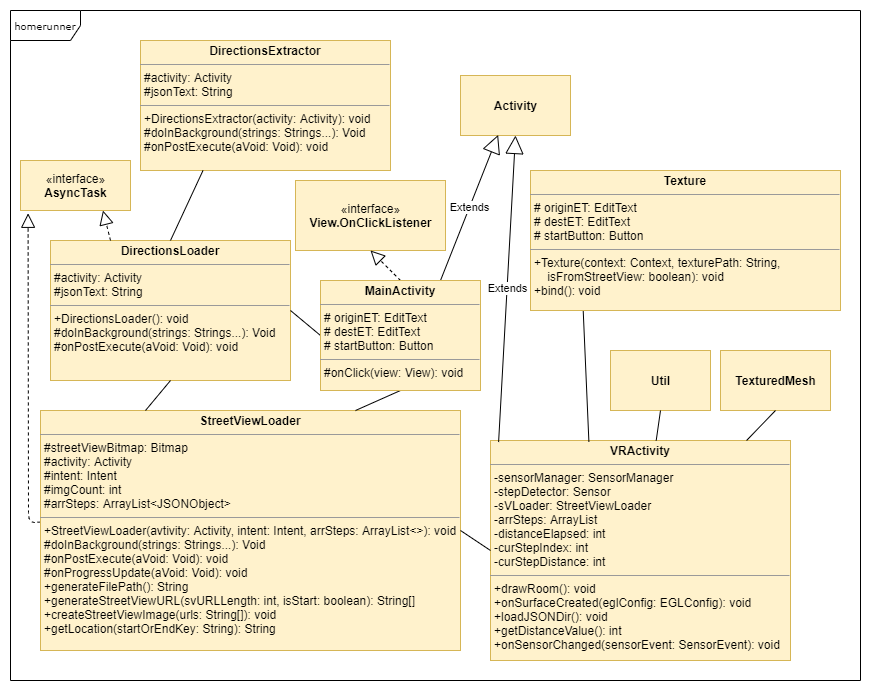
The draw.io diagram doc/DokumenSkripsi/Gambar/class-diagram.png in richardwijaya/Skripsi, before a commit. Source tidied: cells renumbered, new cells last; positions are measured from the earlier drawing's top-left corner, leaving out a move shared by most shapes.
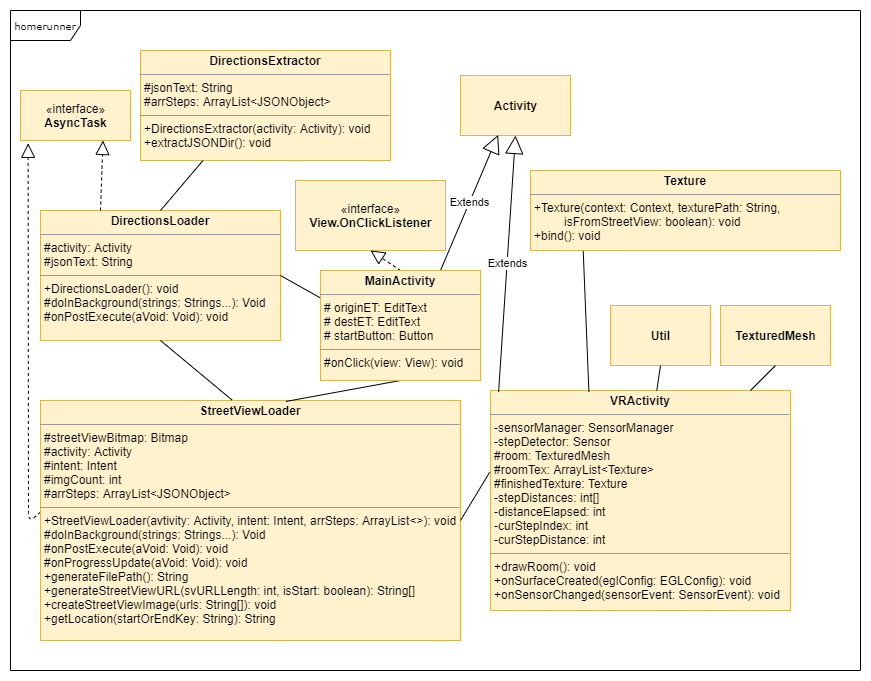
After the commit.

Diff of the diagram source:
```diff
@@ -3,16 +3,16 @@
     <mxCell id="0" />
     <mxCell id="1" parent="0" />
     <mxCell id="2" value="homerunner" style="shape=umlFrame;whiteSpace=wrap;html=1;rounded=0;shadow=0;comic=0;labelBackgroundColor=none;strokeWidth=1;fontFamily=Verdana;fontSize=10;align=center;width=70;height=30;" parent="1" vertex="1">
-      <mxGeometry width="850" height="670" as="geometry" />
+      <mxGeometry width="850" height="660" as="geometry" />
     </mxCell>
-    <mxCell id="3" value="&lt;p style=&quot;margin: 0px ; margin-top: 4px ; text-align: center&quot;&gt;&lt;b&gt;VRActivity&lt;/b&gt;&lt;/p&gt;&lt;hr size=&quot;1&quot;&gt;&lt;p style=&quot;margin: 0px ; margin-left: 4px&quot;&gt;-sensorManager: SensorManager&lt;/p&gt;&lt;p style=&quot;margin: 0px ; margin-left: 4px&quot;&gt;-stepDetector: Sensor&lt;/p&gt;&lt;p style=&quot;margin: 0px ; margin-left: 4px&quot;&gt;-sVLoader: StreetViewLoader&lt;/p&gt;&lt;p style=&quot;margin: 0px ; margin-left: 4px&quot;&gt;-arrSteps: ArrayList&lt;/p&gt;&lt;p style=&quot;margin: 0px ; margin-left: 4px&quot;&gt;-distanceElapsed: int&lt;/p&gt;&lt;p style=&quot;margin: 0px ; margin-left: 4px&quot;&gt;-curStepIndex: int&lt;/p&gt;&lt;p style=&quot;margin: 0px ; margin-left: 4px&quot;&gt;-curStepDistance: int&lt;/p&gt;&lt;hr size=&quot;1&quot;&gt;&lt;p style=&quot;margin: 0px ; margin-left: 4px&quot;&gt;+drawRoom(): void&lt;br&gt;+onSurfaceCreated(eglConfig: EGLConfig): void&lt;/p&gt;&lt;p style=&quot;margin: 0px ; margin-left: 4px&quot;&gt;+loadJSONDir(): void&lt;/p&gt;&lt;p style=&quot;margin: 0px ; margin-left: 4px&quot;&gt;+getDistanceValue(): int&lt;/p&gt;&lt;p style=&quot;margin: 0px ; margin-left: 4px&quot;&gt;+onSensorChanged(sensorEvent: SensorEvent): void&lt;/p&gt;" style="verticalAlign=top;align=left;overflow=fill;fontSize=12;fontFamily=Helvetica;html=1;rounded=0;shadow=0;comic=0;labelBackgroundColor=none;strokeWidth=1;fillColor=#fff2cc;strokeColor=#d6b656;" parent="1" vertex="1">
-      <mxGeometry x="480" y="430" width="300" height="220" as="geometry" />
+    <mxCell id="3" value="&lt;p style=&quot;margin: 0px ; margin-top: 4px ; text-align: center&quot;&gt;&lt;b&gt;VRActivity&lt;/b&gt;&lt;/p&gt;&lt;hr size=&quot;1&quot;&gt;&lt;p style=&quot;margin: 0px ; margin-left: 4px&quot;&gt;-sensorManager: SensorManager&lt;/p&gt;&lt;p style=&quot;margin: 0px ; margin-left: 4px&quot;&gt;-stepDetector: Sensor&lt;/p&gt;&lt;p style=&quot;margin: 0px ; margin-left: 4px&quot;&gt;#room: TexturedMesh&lt;/p&gt;&lt;p style=&quot;margin: 0px ; margin-left: 4px&quot;&gt;#roomTex: ArrayList&amp;lt;Texture&amp;gt;&lt;/p&gt;&lt;p style=&quot;margin: 0px ; margin-left: 4px&quot;&gt;#finishedTexture: Texture&lt;/p&gt;&lt;p style=&quot;margin: 0px ; margin-left: 4px&quot;&gt;-stepDistances: int[]&lt;/p&gt;&lt;p style=&quot;margin: 0px ; margin-left: 4px&quot;&gt;-distanceElapsed: int&lt;/p&gt;&lt;p style=&quot;margin: 0px ; margin-left: 4px&quot;&gt;-curStepIndex: int&lt;/p&gt;&lt;p style=&quot;margin: 0px ; margin-left: 4px&quot;&gt;-curStepDistance: int&lt;/p&gt;&lt;hr size=&quot;1&quot;&gt;&lt;p style=&quot;margin: 0px ; margin-left: 4px&quot;&gt;+drawRoom(): void&lt;br&gt;+onSurfaceCreated(eglConfig: EGLConfig): void&lt;/p&gt;&lt;p style=&quot;margin: 0px ; margin-left: 4px&quot;&gt;+onSensorChanged(sensorEvent: SensorEvent): void&lt;/p&gt;&lt;p style=&quot;margin: 0px ; margin-left: 4px&quot;&gt;&lt;br&gt;&lt;/p&gt;" style="verticalAlign=top;align=left;overflow=fill;fontSize=12;fontFamily=Helvetica;html=1;rounded=0;shadow=0;comic=0;labelBackgroundColor=none;strokeWidth=1;fillColor=#fff2cc;strokeColor=#d6b656;" parent="1" vertex="1">
+      <mxGeometry x="480" y="380" width="300" height="220" as="geometry" />
     </mxCell>
     <mxCell id="4" value="&lt;p style=&quot;margin: 0px ; margin-top: 4px ; text-align: center&quot;&gt;&lt;b&gt;DirectionsLoader&lt;/b&gt;&lt;/p&gt;&lt;hr size=&quot;1&quot;&gt;&lt;p style=&quot;margin: 0px ; margin-left: 4px&quot;&gt;#activity: Activity&lt;br&gt;&lt;/p&gt;&lt;p style=&quot;margin: 0px ; margin-left: 4px&quot;&gt;#jsonText: String&lt;/p&gt;&lt;hr size=&quot;1&quot;&gt;&lt;p style=&quot;margin: 0px ; margin-left: 4px&quot;&gt;+DirectionsLoader(): void&lt;br&gt;#doInBackground(strings: Strings...): Void&lt;/p&gt;&lt;p style=&quot;margin: 0px ; margin-left: 4px&quot;&gt;#onPostExecute(aVoid: Void): void&lt;/p&gt;&lt;p style=&quot;margin: 0px ; margin-left: 4px&quot;&gt;&lt;br&gt;&lt;/p&gt;" style="verticalAlign=top;align=left;overflow=fill;fontSize=12;fontFamily=Helvetica;html=1;rounded=0;shadow=0;comic=0;labelBackgroundColor=none;strokeWidth=1;fillColor=#fff2cc;strokeColor=#d6b656;" parent="1" vertex="1">
-      <mxGeometry x="40" y="230" width="240" height="140" as="geometry" />
+      <mxGeometry x="30" y="200" width="240" height="130" as="geometry" />
     </mxCell>
     <mxCell id="5" value="«interface»&lt;br&gt;&lt;b&gt;AsyncTask&lt;/b&gt;" style="html=1;fillColor=#fff2cc;strokeColor=#d6b656;" parent="1" vertex="1">
-      <mxGeometry x="10" y="150" width="110" height="50" as="geometry" />
+      <mxGeometry x="10" y="80" width="110" height="50" as="geometry" />
     </mxCell>
     <mxCell id="6" style="endArrow=block;dashed=1;endFill=0;endSize=12;html=1;exitX=0;exitY=0.465;exitDx=0;exitDy=0;exitPerimeter=0;entryX=0.069;entryY=1.056;entryDx=0;entryDy=0;entryPerimeter=0;" parent="1" edge="1" source="9" target="5">
       <mxGeometry relative="1" as="geometry">
@@ -22,13 +22,13 @@
       </mxGeometry>
     </mxCell>
     <mxCell id="7" value="&lt;b&gt;Util&lt;/b&gt;" style="html=1;fillColor=#fff2cc;strokeColor=#d6b656;" parent="1" vertex="1">
-      <mxGeometry x="600" y="340" width="100" height="60" as="geometry" />
+      <mxGeometry x="600" y="295" width="100" height="60" as="geometry" />
     </mxCell>
     <mxCell id="8" value="&lt;b&gt;TexturedMesh&lt;/b&gt;" style="html=1;fillColor=#fff2cc;strokeColor=#d6b656;" parent="1" vertex="1">
-      <mxGeometry x="710" y="340" width="110" height="60" as="geometry" />
+      <mxGeometry x="710" y="295" width="110" height="60" as="geometry" />
     </mxCell>
     <mxCell id="9" value="&lt;p style=&quot;margin: 0px ; margin-top: 4px ; text-align: center&quot;&gt;&lt;b&gt;StreetViewLoader&lt;/b&gt;&lt;/p&gt;&lt;hr size=&quot;1&quot;&gt;&lt;p style=&quot;margin: 0px ; margin-left: 4px&quot;&gt;#streetViewBitmap: Bitmap&lt;/p&gt;&lt;p style=&quot;margin: 0px ; margin-left: 4px&quot;&gt;#activity: Activity&lt;/p&gt;&lt;p style=&quot;margin: 0px ; margin-left: 4px&quot;&gt;#intent: Intent&lt;/p&gt;&lt;p style=&quot;margin: 0px ; margin-left: 4px&quot;&gt;#imgCount: int&lt;/p&gt;&lt;p style=&quot;margin: 0px ; margin-left: 4px&quot;&gt;#arrSteps: ArrayList&amp;lt;JSONObject&amp;gt;&lt;/p&gt;&lt;hr size=&quot;1&quot;&gt;&lt;p style=&quot;margin: 0px ; margin-left: 4px&quot;&gt;&lt;span&gt;+StreetViewLoader(avtivity: Activity, intent: Intent, arrSteps: ArrayList&amp;lt;&amp;gt;): void&amp;nbsp;&lt;/span&gt;&lt;/p&gt;&lt;p style=&quot;margin: 0px ; margin-left: 4px&quot;&gt;&lt;span&gt;#doInBackground(strings: Strings...): Void&lt;/span&gt;&lt;br&gt;&lt;/p&gt;&lt;p style=&quot;margin: 0px 0px 0px 4px&quot;&gt;#onPostExecute(aVoid: Void): void&lt;/p&gt;&lt;p style=&quot;margin: 0px 0px 0px 4px&quot;&gt;#onProgressUpdate(aVoid: Void): void&lt;/p&gt;&lt;p style=&quot;margin: 0px 0px 0px 4px&quot;&gt;+generateFilePath(): String&lt;/p&gt;&lt;p style=&quot;margin: 0px 0px 0px 4px&quot;&gt;&lt;span&gt;+generateStreetViewURL(svURLLength: int, isStart: boolean): String[]&lt;/span&gt;&lt;/p&gt;&lt;p style=&quot;margin: 0px 0px 0px 4px&quot;&gt;&lt;span&gt;+createStreetViewImage(urls: String[]): void&lt;/span&gt;&lt;/p&gt;&lt;p style=&quot;margin: 0px 0px 0px 4px&quot;&gt;&lt;span&gt;+getLocation(startOrEndKey: String): String&lt;/span&gt;&lt;/p&gt;" style="verticalAlign=top;align=left;overflow=fill;fontSize=12;fontFamily=Helvetica;html=1;rounded=0;shadow=0;comic=0;labelBackgroundColor=none;strokeWidth=1;fillColor=#fff2cc;strokeColor=#d6b656;" parent="1" vertex="1">
-      <mxGeometry x="30" y="400" width="420" height="240" as="geometry" />
+      <mxGeometry x="30" y="390" width="420" height="240" as="geometry" />
     </mxCell>
     <mxCell id="10" style="endArrow=none;html=1;entryX=0.17;entryY=1;entryDx=0;entryDy=0;exitX=0.328;exitY=0.006;exitDx=0;exitDy=0;exitPerimeter=0;entryPerimeter=0;" parent="1" edge="1" source="3" target="25">
       <mxGeometry relative="1" as="geometry" />
@@ -42,29 +42,29 @@
     <mxCell id="13" style="endArrow=block;dashed=1;endFill=0;endSize=12;html=1;exitX=0.5;exitY=0;exitDx=0;exitDy=0;entryX=0.5;entryY=1;entryDx=0;entryDy=0;" parent="1" edge="1" source="21" target="12">
       <mxGeometry relative="1" as="geometry" />
     </mxCell>
-    <mxCell id="14" value="&lt;p style=&quot;margin: 0px ; margin-top: 4px ; text-align: center&quot;&gt;&lt;b&gt;DirectionsExtractor&lt;/b&gt;&lt;/p&gt;&lt;hr size=&quot;1&quot;&gt;&lt;p style=&quot;margin: 0px ; margin-left: 4px&quot;&gt;#activity: Activity&lt;br&gt;&lt;/p&gt;&lt;p style=&quot;margin: 0px ; margin-left: 4px&quot;&gt;#jsonText: String&lt;/p&gt;&lt;hr size=&quot;1&quot;&gt;&lt;p style=&quot;margin: 0px ; margin-left: 4px&quot;&gt;+DirectionsExtractor(activity: Activity): void&lt;br&gt;#doInBackground(strings: Strings...): Void&lt;/p&gt;&lt;p style=&quot;margin: 0px ; margin-left: 4px&quot;&gt;#onPostExecute(aVoid: Void): void&lt;/p&gt;&lt;p style=&quot;margin: 0px ; margin-left: 4px&quot;&gt;&lt;br&gt;&lt;/p&gt;" style="verticalAlign=top;align=left;overflow=fill;fontSize=12;fontFamily=Helvetica;html=1;rounded=0;shadow=0;comic=0;labelBackgroundColor=none;strokeWidth=1;fillColor=#fff2cc;strokeColor=#d6b656;" parent="1" vertex="1">
-      <mxGeometry x="130" y="30" width="250" height="130" as="geometry" />
+    <mxCell id="14" value="&lt;p style=&quot;margin: 0px ; margin-top: 4px ; text-align: center&quot;&gt;&lt;b&gt;DirectionsExtractor&lt;/b&gt;&lt;/p&gt;&lt;hr size=&quot;1&quot;&gt;&lt;p style=&quot;margin: 0px ; margin-left: 4px&quot;&gt;&lt;span&gt;#jsonText: String&lt;/span&gt;&lt;br&gt;&lt;/p&gt;&lt;p style=&quot;margin: 0px ; margin-left: 4px&quot;&gt;&lt;span&gt;#arrSteps: ArrayList&amp;lt;JSONObject&amp;gt;&lt;/span&gt;&lt;/p&gt;&lt;hr size=&quot;1&quot;&gt;&lt;p style=&quot;margin: 0px ; margin-left: 4px&quot;&gt;+DirectionsExtractor(activity: Activity): void&lt;br&gt;+extractJSONDir(): void&lt;/p&gt;&lt;p style=&quot;margin: 0px ; margin-left: 4px&quot;&gt;&lt;br&gt;&lt;/p&gt;" style="verticalAlign=top;align=left;overflow=fill;fontSize=12;fontFamily=Helvetica;html=1;rounded=0;shadow=0;comic=0;labelBackgroundColor=none;strokeWidth=1;fillColor=#fff2cc;strokeColor=#d6b656;" parent="1" vertex="1">
+      <mxGeometry x="130" y="40" width="250" height="110" as="geometry" />
     </mxCell>
-    <mxCell id="15" style="endArrow=none;html=1;exitX=1;exitY=0.5;exitDx=0;exitDy=0;entryX=0;entryY=0.5;entryDx=0;entryDy=0;" parent="1" edge="1" source="4" target="21">
+    <mxCell id="15" style="endArrow=none;html=1;exitX=1;exitY=0.5;exitDx=0;exitDy=0;entryX=0;entryY=0.25;entryDx=0;entryDy=0;" parent="1" edge="1" source="4" target="21">
       <mxGeometry relative="1" as="geometry" />
     </mxCell>
     <mxCell id="16" style="endArrow=none;html=1;exitX=0.5;exitY=0;exitDx=0;exitDy=0;entryX=0.25;entryY=1;entryDx=0;entryDy=0;" parent="1" edge="1" source="4" target="14">
       <mxGeometry relative="1" as="geometry" />
     </mxCell>
-    <mxCell id="17" style="endArrow=none;html=1;entryX=0.25;entryY=0;entryDx=0;entryDy=0;exitX=0.5;exitY=1;exitDx=0;exitDy=0;" parent="1" edge="1" source="4" target="9">
+    <mxCell id="17" style="endArrow=none;html=1;entryX=0.456;entryY=-0.002;entryDx=0;entryDy=0;exitX=0.5;exitY=1;exitDx=0;exitDy=0;entryPerimeter=0;" parent="1" edge="1" source="4" target="9">
       <mxGeometry relative="1" as="geometry" />
     </mxCell>
     <mxCell id="18" value="&lt;b&gt;Activity&lt;/b&gt;" style="html=1;fillColor=#fff2cc;strokeColor=#d6b656;" parent="1" vertex="1">
       <mxGeometry x="450" y="65" width="110" height="60" as="geometry" />
     </mxCell>
-    <mxCell id="19" style="endArrow=none;html=1;entryX=0.75;entryY=0;entryDx=0;entryDy=0;exitX=0.5;exitY=1;exitDx=0;exitDy=0;" parent="1" edge="1" source="21" target="9">
+    <mxCell id="19" style="endArrow=none;html=1;entryX=0.584;entryY=0.004;entryDx=0;entryDy=0;exitX=0.5;exitY=1;exitDx=0;exitDy=0;entryPerimeter=0;" parent="1" edge="1" source="21" target="9">
       <mxGeometry relative="1" as="geometry" />
     </mxCell>
     <mxCell id="20" value="Extends" style="endArrow=block;endSize=16;endFill=0;html=1;entryX=0.342;entryY=0.99;entryDx=0;entryDy=0;exitX=0.75;exitY=0;exitDx=0;exitDy=0;entryPerimeter=0;" parent="1" edge="1" source="21" target="18">
       <mxGeometry relative="1" as="geometry" />
     </mxCell>
     <mxCell id="21" value="&lt;p style=&quot;margin: 0px ; margin-top: 4px ; text-align: center&quot;&gt;&lt;b&gt;MainActivity&lt;/b&gt;&lt;/p&gt;&lt;hr size=&quot;1&quot;&gt;&lt;p style=&quot;margin: 0px ; margin-left: 4px&quot;&gt;# originET: EditText&lt;br&gt;# destET: EditText&lt;/p&gt;&lt;p style=&quot;margin: 0px ; margin-left: 4px&quot;&gt;# startButton: Button&lt;span&gt;&amp;nbsp;&lt;/span&gt;&lt;/p&gt;&lt;hr size=&quot;1&quot;&gt;&lt;p style=&quot;margin: 0px ; margin-left: 4px&quot;&gt;#onClick(view: View): void&lt;/p&gt;" style="verticalAlign=top;align=left;overflow=fill;fontSize=12;fontFamily=Helvetica;html=1;rounded=0;shadow=0;comic=0;labelBackgroundColor=none;strokeWidth=1;fillColor=#fff2cc;strokeColor=#d6b656;" parent="1" vertex="1">
-      <mxGeometry x="310" y="270" width="160" height="110" as="geometry" />
+      <mxGeometry x="310" y="260" width="160" height="110" as="geometry" />
     </mxCell>
     <mxCell id="22" value="Extends" style="endArrow=block;endSize=16;endFill=0;html=1;entryX=0.5;entryY=1;entryDx=0;entryDy=0;exitX=0.027;exitY=0.007;exitDx=0;exitDy=0;exitPerimeter=0;" parent="1" edge="1" source="3" target="18">
       <mxGeometry relative="1" as="geometry" />
@@ -72,11 +72,11 @@
     <mxCell id="23" style="endArrow=block;dashed=1;endFill=0;endSize=12;html=1;exitX=0.25;exitY=0;exitDx=0;exitDy=0;entryX=0.75;entryY=1;entryDx=0;entryDy=0;" parent="1" edge="1" source="4" target="5">
       <mxGeometry relative="1" as="geometry" />
     </mxCell>
-    <mxCell id="24" style="endArrow=none;html=1;entryX=0;entryY=0.5;entryDx=0;entryDy=0;exitX=1;exitY=0.5;exitDx=0;exitDy=0;" parent="1" edge="1" source="9" target="3">
+    <mxCell id="24" style="endArrow=none;html=1;entryX=-0.003;entryY=0.372;entryDx=0;entryDy=0;exitX=1;exitY=0.5;exitDx=0;exitDy=0;entryPerimeter=0;" parent="1" edge="1" source="9" target="3">
       <mxGeometry relative="1" as="geometry" />
     </mxCell>
-    <mxCell id="25" value="&lt;p style=&quot;margin: 0px ; margin-top: 4px ; text-align: center&quot;&gt;&lt;b&gt;Texture&lt;/b&gt;&lt;/p&gt;&lt;hr size=&quot;1&quot;&gt;&lt;p style=&quot;margin: 0px ; margin-left: 4px&quot;&gt;# originET: EditText&lt;br&gt;# destET: EditText&lt;/p&gt;&lt;p style=&quot;margin: 0px ; margin-left: 4px&quot;&gt;# startButton: Button&lt;span&gt;&amp;nbsp;&lt;/span&gt;&lt;/p&gt;&lt;hr size=&quot;1&quot;&gt;&lt;p style=&quot;margin: 0px ; margin-left: 4px&quot;&gt;+Texture(context: Context, texturePath: String,&amp;nbsp;&lt;/p&gt;&lt;p style=&quot;margin: 0px ; margin-left: 4px&quot;&gt;&lt;span&gt;&amp;nbsp; &amp;nbsp; isFromStreetView: boolean): void&lt;/span&gt;&lt;/p&gt;&lt;p style=&quot;margin: 0px ; margin-left: 4px&quot;&gt;+bind(): void&lt;/p&gt;" style="verticalAlign=top;align=left;overflow=fill;fontSize=12;fontFamily=Helvetica;html=1;rounded=0;shadow=0;comic=0;labelBackgroundColor=none;strokeWidth=1;fillColor=#fff2cc;strokeColor=#d6b656;" parent="1" vertex="1">
-      <mxGeometry x="520" y="160" width="310" height="140" as="geometry" />
+    <mxCell id="25" value="&lt;p style=&quot;margin: 0px ; margin-top: 4px ; text-align: center&quot;&gt;&lt;b&gt;Texture&lt;/b&gt;&lt;/p&gt;&lt;hr size=&quot;1&quot;&gt;&lt;p style=&quot;margin: 0px ; margin-left: 4px&quot;&gt;+Texture(context: Context, texturePath: String,&amp;nbsp;&lt;/p&gt;&lt;p style=&quot;margin: 0px ; margin-left: 4px&quot;&gt;&lt;span&gt;&amp;nbsp; &amp;nbsp; &amp;nbsp; &amp;nbsp; &amp;nbsp;isFromStreetView: boolean): void&lt;/span&gt;&lt;/p&gt;&lt;p style=&quot;margin: 0px ; margin-left: 4px&quot;&gt;+bind(): void&lt;/p&gt;" style="verticalAlign=top;align=left;overflow=fill;fontSize=12;fontFamily=Helvetica;html=1;rounded=0;shadow=0;comic=0;labelBackgroundColor=none;strokeWidth=1;fillColor=#fff2cc;strokeColor=#d6b656;" parent="1" vertex="1">
+      <mxGeometry x="520" y="160" width="310" height="80" as="geometry" />
     </mxCell>
     <mxCell id="26" style="endArrow=none;html=1;entryX=0.5;entryY=1;entryDx=0;entryDy=0;" parent="1" edge="1" source="3" target="7">
       <mxGeometry relative="1" as="geometry" />
```
